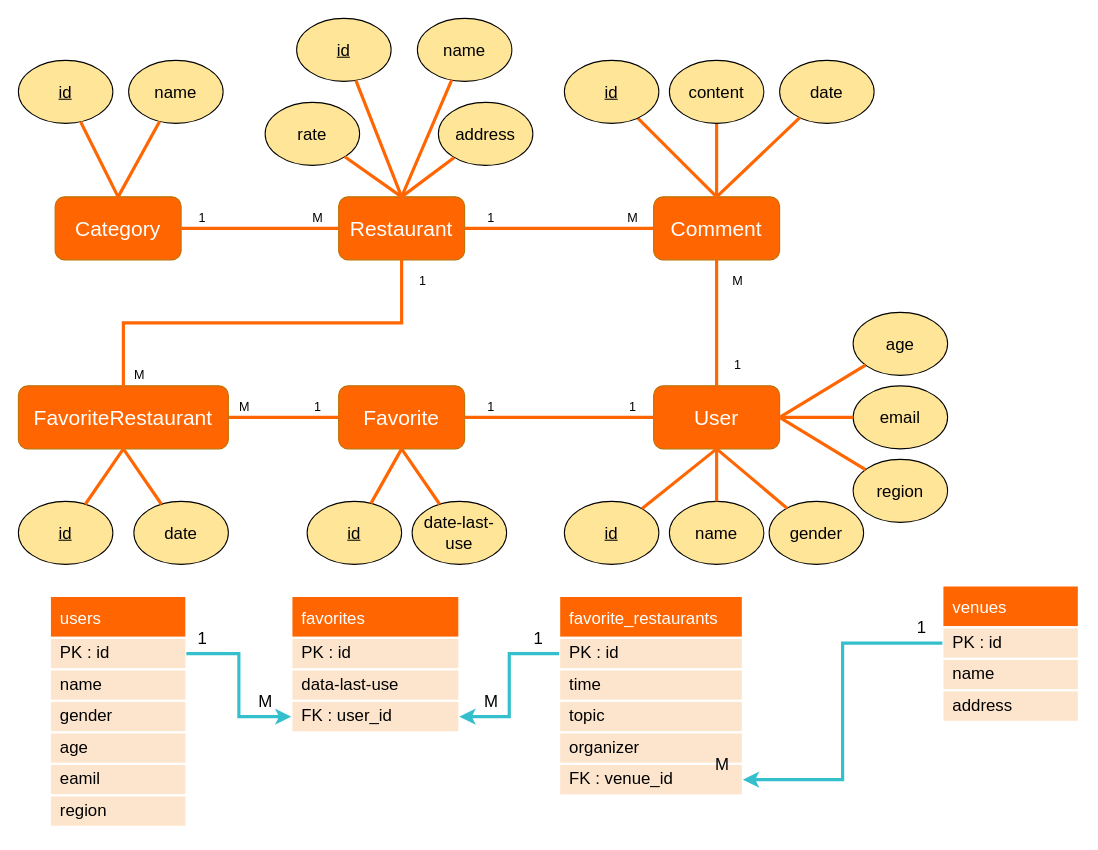
Earlier version of the draw.io diagram 餐廳論壇ERD+Schema.drawio.drawio (z88243310/bins). Source tidied: cells renumbered, new cells numbered last; positions are measured from the earlier drawing's top-left corner, leaving out a move shared by most shapes. Both pictures are drawn from the tidied source at 105%, with x=0, y=0 at pixel (18, 18).
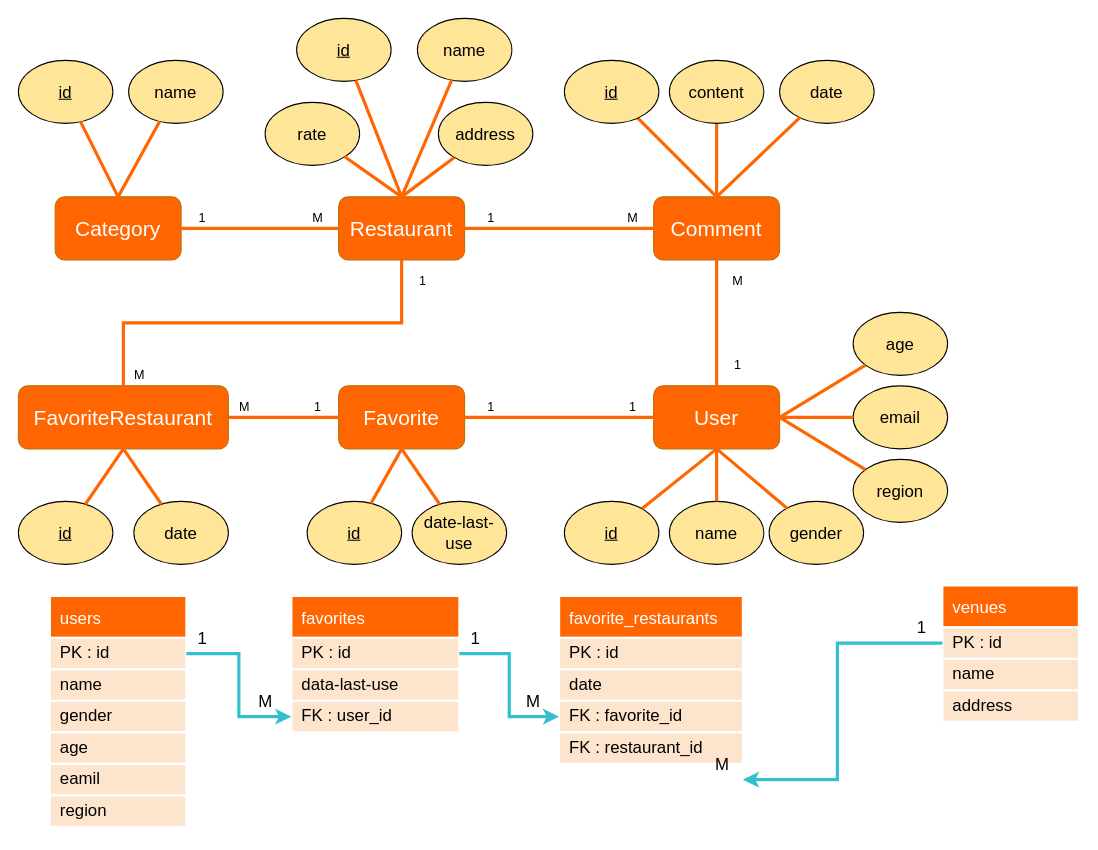
The same page after the edit.

Commit message (it also covers changes not shown here):
更新餐廳論壇ERD+Schema.drawio.drawio

The change refers to these unchanged cells:
```xml
<mxCell id="10" value="PK : id" style="text;strokeColor=#FFFFFF;fillColor=#FDE5CD;spacingLeft=10;spacingRight=0;overflow=hidden;points=[[0,0.5],[1,0.5]];portConstraint=eastwest;fontSize=16;strokeWidth=2;perimeterSpacing=0;sketch=0;shadow=0;rounded=0;glass=0;spacing=0;fontStyle=0;" parent="9" vertex="1">
  <mxGeometry y="40" width="160" height="30" as="geometry" />
</mxCell>
<mxCell id="12" value="FK : user_id" style="text;strokeColor=#FFFFFF;fillColor=#FDE5CD;spacingLeft=10;spacingRight=0;overflow=hidden;points=[[0,0.5],[1,0.5]];portConstraint=eastwest;fontSize=16;strokeWidth=2;sketch=0;shadow=0;rounded=0;glass=0;spacing=0;" parent="9" vertex="1">
  <mxGeometry y="100" width="160" height="30" as="geometry" />
</mxCell>
<mxCell id="17" value="PK : id" style="text;strokeColor=#FFFFFF;fillColor=#FDE5CD;spacingLeft=10;spacingRight=0;overflow=hidden;points=[[0,0.5],[1,0.5]];portConstraint=eastwest;fontSize=16;strokeWidth=2;perimeterSpacing=0;sketch=0;shadow=0;rounded=0;glass=0;spacing=0;fontStyle=0;" parent="16" vertex="1">
  <mxGeometry y="40" width="175" height="30" as="geometry" />
</mxCell>
<mxCell id="26" value="PK : id" style="text;strokeColor=#FFFFFF;fillColor=#FDE5CD;spacingLeft=10;spacingRight=0;overflow=hidden;points=[[0,0.5],[1,0.5]];portConstraint=eastwest;fontSize=16;strokeWidth=2;perimeterSpacing=0;sketch=0;shadow=0;rounded=0;glass=0;spacing=0;fontStyle=0;" parent="25" vertex="1">
  <mxGeometry y="40" width="130" height="30" as="geometry" />
</mxCell>
```

What changed in the source:
```diff
@@
     <mxCell id="16" value="favorite_restaurants" style="swimlane;fontStyle=0;horizontal=1;startSize=40;align=left;fontSize=16;fontColor=#FFFFFF;fillColor=#FF6602;spacing=0;strokeColor=#FFFFFF;strokeWidth=2;spacingLeft=10;" parent="1" vertex="1">
-      <mxGeometry x="515" y="550" width="175" height="190" as="geometry" />
+      <mxGeometry x="515" y="550" width="175" height="160" as="geometry" />
     </mxCell>
@@
-    <mxCell id="18" value="time" style="text;strokeColor=#FFFFFF;fillColor=#FDE5CD;spacingLeft=10;spacingRight=0;overflow=hidden;fontSize=16;strokeWidth=2;sketch=0;shadow=0;rounded=0;glass=0;spacing=0;" parent="16" vertex="1">
+    <mxCell id="18" value="date" style="text;strokeColor=#FFFFFF;fillColor=#FDE5CD;spacingLeft=10;spacingRight=0;overflow=hidden;fontSize=16;strokeWidth=2;sketch=0;shadow=0;rounded=0;glass=0;spacing=0;" parent="16" vertex="1">
       <mxGeometry y="70" width="175" height="30" as="geometry" />
     </mxCell>
-    <mxCell id="19" value="topic" style="text;strokeColor=#FFFFFF;fillColor=#FDE5CD;spacingLeft=10;spacingRight=0;overflow=hidden;points=[[0,0.5],[1,0.5]];portConstraint=eastwest;fontSize=16;strokeWidth=2;sketch=0;shadow=0;rounded=0;glass=0;spacing=0;" parent="16" vertex="1">
+    <mxCell id="19" value="FK : favorite_id" style="text;strokeColor=#FFFFFF;fillColor=#FDE5CD;spacingLeft=10;spacingRight=0;overflow=hidden;points=[[0,0.5],[1,0.5]];portConstraint=eastwest;fontSize=16;strokeWidth=2;sketch=0;shadow=0;rounded=0;glass=0;spacing=0;" parent="16" vertex="1">
       <mxGeometry y="100" width="175" height="30" as="geometry" />
     </mxCell>
-    <mxCell id="20" value="organizer" style="text;strokeColor=#FFFFFF;fillColor=#FDE5CD;spacingLeft=10;spacingRight=0;overflow=hidden;fontSize=16;strokeWidth=2;sketch=0;shadow=0;rounded=0;glass=0;spacing=0;" parent="16" vertex="1">
+    <mxCell id="20" value="FK : restaurant_id" style="text;strokeColor=#FFFFFF;fillColor=#FDE5CD;spacingLeft=10;spacingRight=0;overflow=hidden;fontSize=16;strokeWidth=2;sketch=0;shadow=0;rounded=0;glass=0;spacing=0;" parent="16" vertex="1">
       <mxGeometry y="130" width="175" height="30" as="geometry" />
     </mxCell>
-    <mxCell id="21" value="FK : venue_id" style="text;strokeColor=#FFFFFF;fillColor=#FDE5CD;spacingLeft=10;spacingRight=0;overflow=hidden;points=[[0,0.5],[1,0.5]];portConstraint=eastwest;fontSize=16;strokeWidth=2;sketch=0;shadow=0;rounded=0;glass=0;spacing=0;" parent="16" vertex="1">
-      <mxGeometry y="160" width="175" height="30" as="geometry" />
-    </mxCell>
-    <mxCell id="22" style="edgeStyle=orthogonalEdgeStyle;rounded=0;jettySize=auto;html=1;fontSize=16;fontColor=#FFFFFF;strokeWidth=3;strokeColor=#33BFCC;exitX=0;exitY=0.5;exitDx=0;exitDy=0;entryX=1;entryY=0.5;entryDx=0;entryDy=0;" parent="1" edge="1" source="17" target="12">
-      <mxGeometry relative="1" as="geometry" />
-    </mxCell>
     <mxCell id="23" value="M" style="text;html=1;align=center;verticalAlign=middle;strokeColor=none;fillColor=none;fontSize=16;fontColor=#000000;" parent="1" vertex="1">
-      <mxGeometry x="435" y="640" width="30" height="20" as="geometry" />
+      <mxGeometry x="475" y="640" width="30" height="20" as="geometry" />
     </mxCell>
     <mxCell id="24" value="1" style="text;html=1;align=center;verticalAlign=middle;strokeColor=none;fillColor=none;fontSize=16;fontColor=#000000;" parent="1" vertex="1">
-      <mxGeometry x="485" y="580" width="20" height="20" as="geometry" />
+      <mxGeometry x="425" y="580" width="20" height="20" as="geometry" />
     </mxCell>
@@
-    <mxCell id="29" style="edgeStyle=orthogonalEdgeStyle;rounded=0;jettySize=auto;html=1;fontSize=16;fontColor=#FFFFFF;strokeWidth=3;strokeColor=#33BFCC;entryX=1;entryY=0.5;entryDx=0;entryDy=0;exitX=0;exitY=0.5;exitDx=0;exitDy=0;" parent="1" edge="1" source="26" target="21">
-      <mxGeometry relative="1" as="geometry" />
+    <mxCell id="29" style="edgeStyle=orthogonalEdgeStyle;rounded=0;jettySize=auto;html=1;fontSize=16;fontColor=#FFFFFF;strokeWidth=3;strokeColor=#33BFCC;entryX=1;entryY=0.5;entryDx=0;entryDy=0;exitX=0;exitY=0.5;exitDx=0;exitDy=0;" parent="1" edge="1" source="26">
+      <mxGeometry relative="1" as="geometry">
+        <mxPoint x="690" y="725" as="targetPoint" />
+        <Array as="points">
+          <mxPoint x="780" y="595" />
+          <mxPoint x="780" y="725" />
+        </Array>
+      </mxGeometry>
     </mxCell>
@@
+    <mxCell id="22" style="edgeStyle=orthogonalEdgeStyle;rounded=0;jettySize=auto;html=1;fontSize=16;fontColor=#FFFFFF;strokeWidth=3;strokeColor=#33BFCC;exitX=1;exitY=0.5;exitDx=0;exitDy=0;entryX=0;entryY=0.5;entryDx=0;entryDy=0;" parent="1" edge="1" source="10" target="19">
+      <mxGeometry relative="1" as="geometry" />
+    </mxCell>
```
